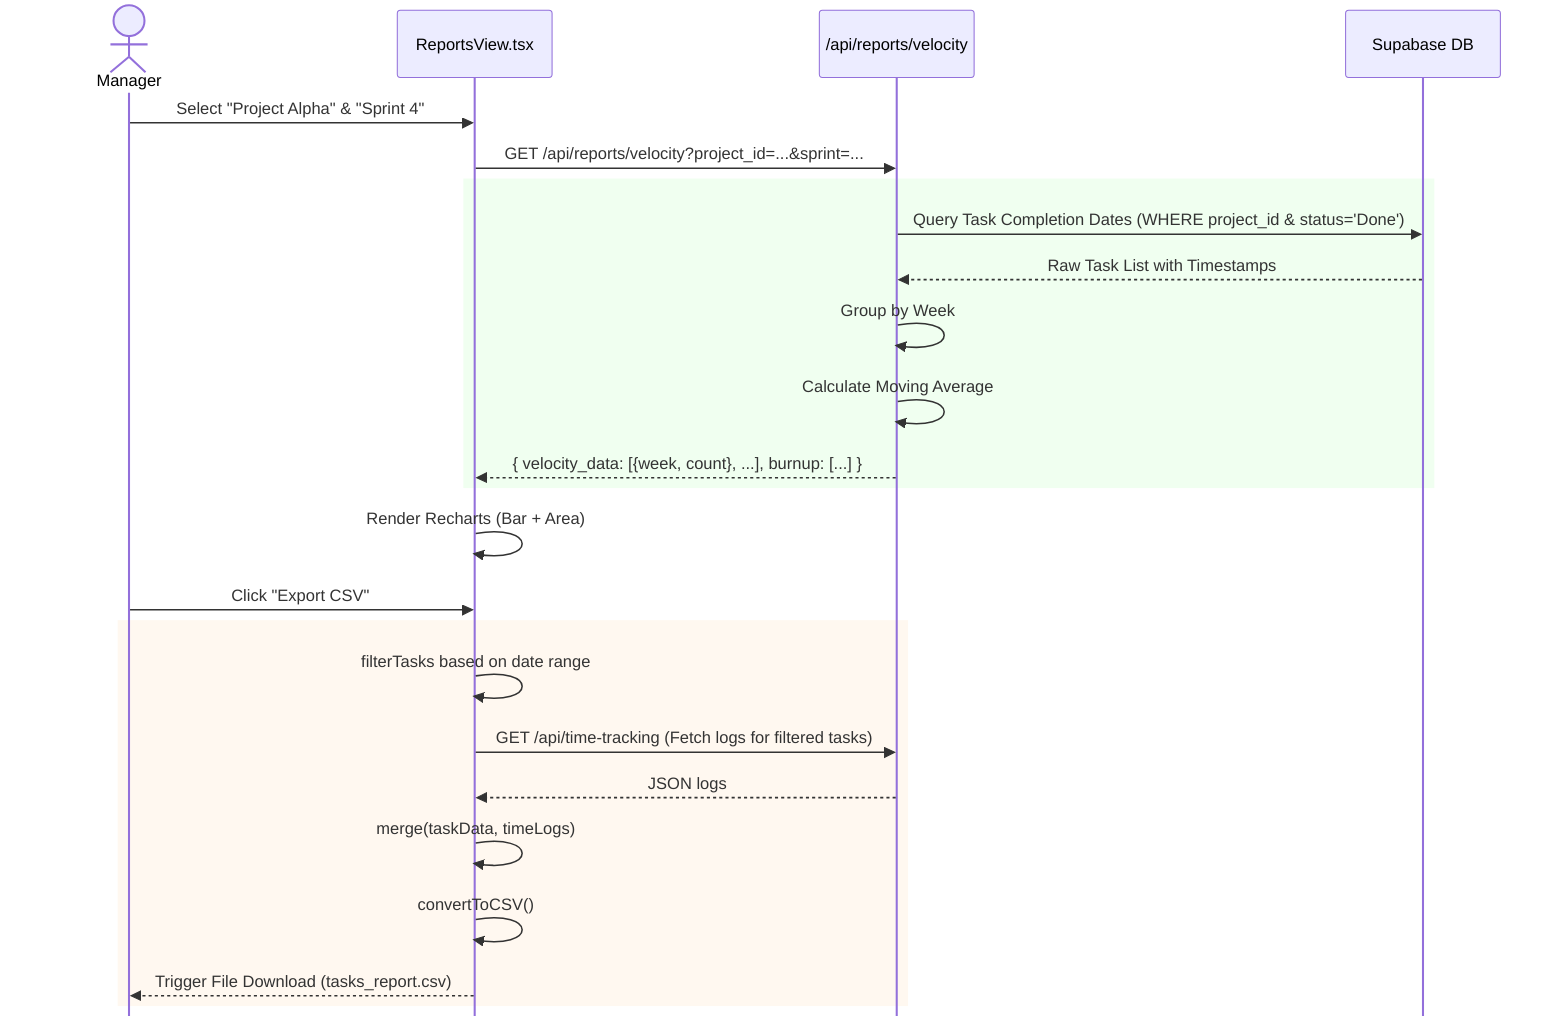
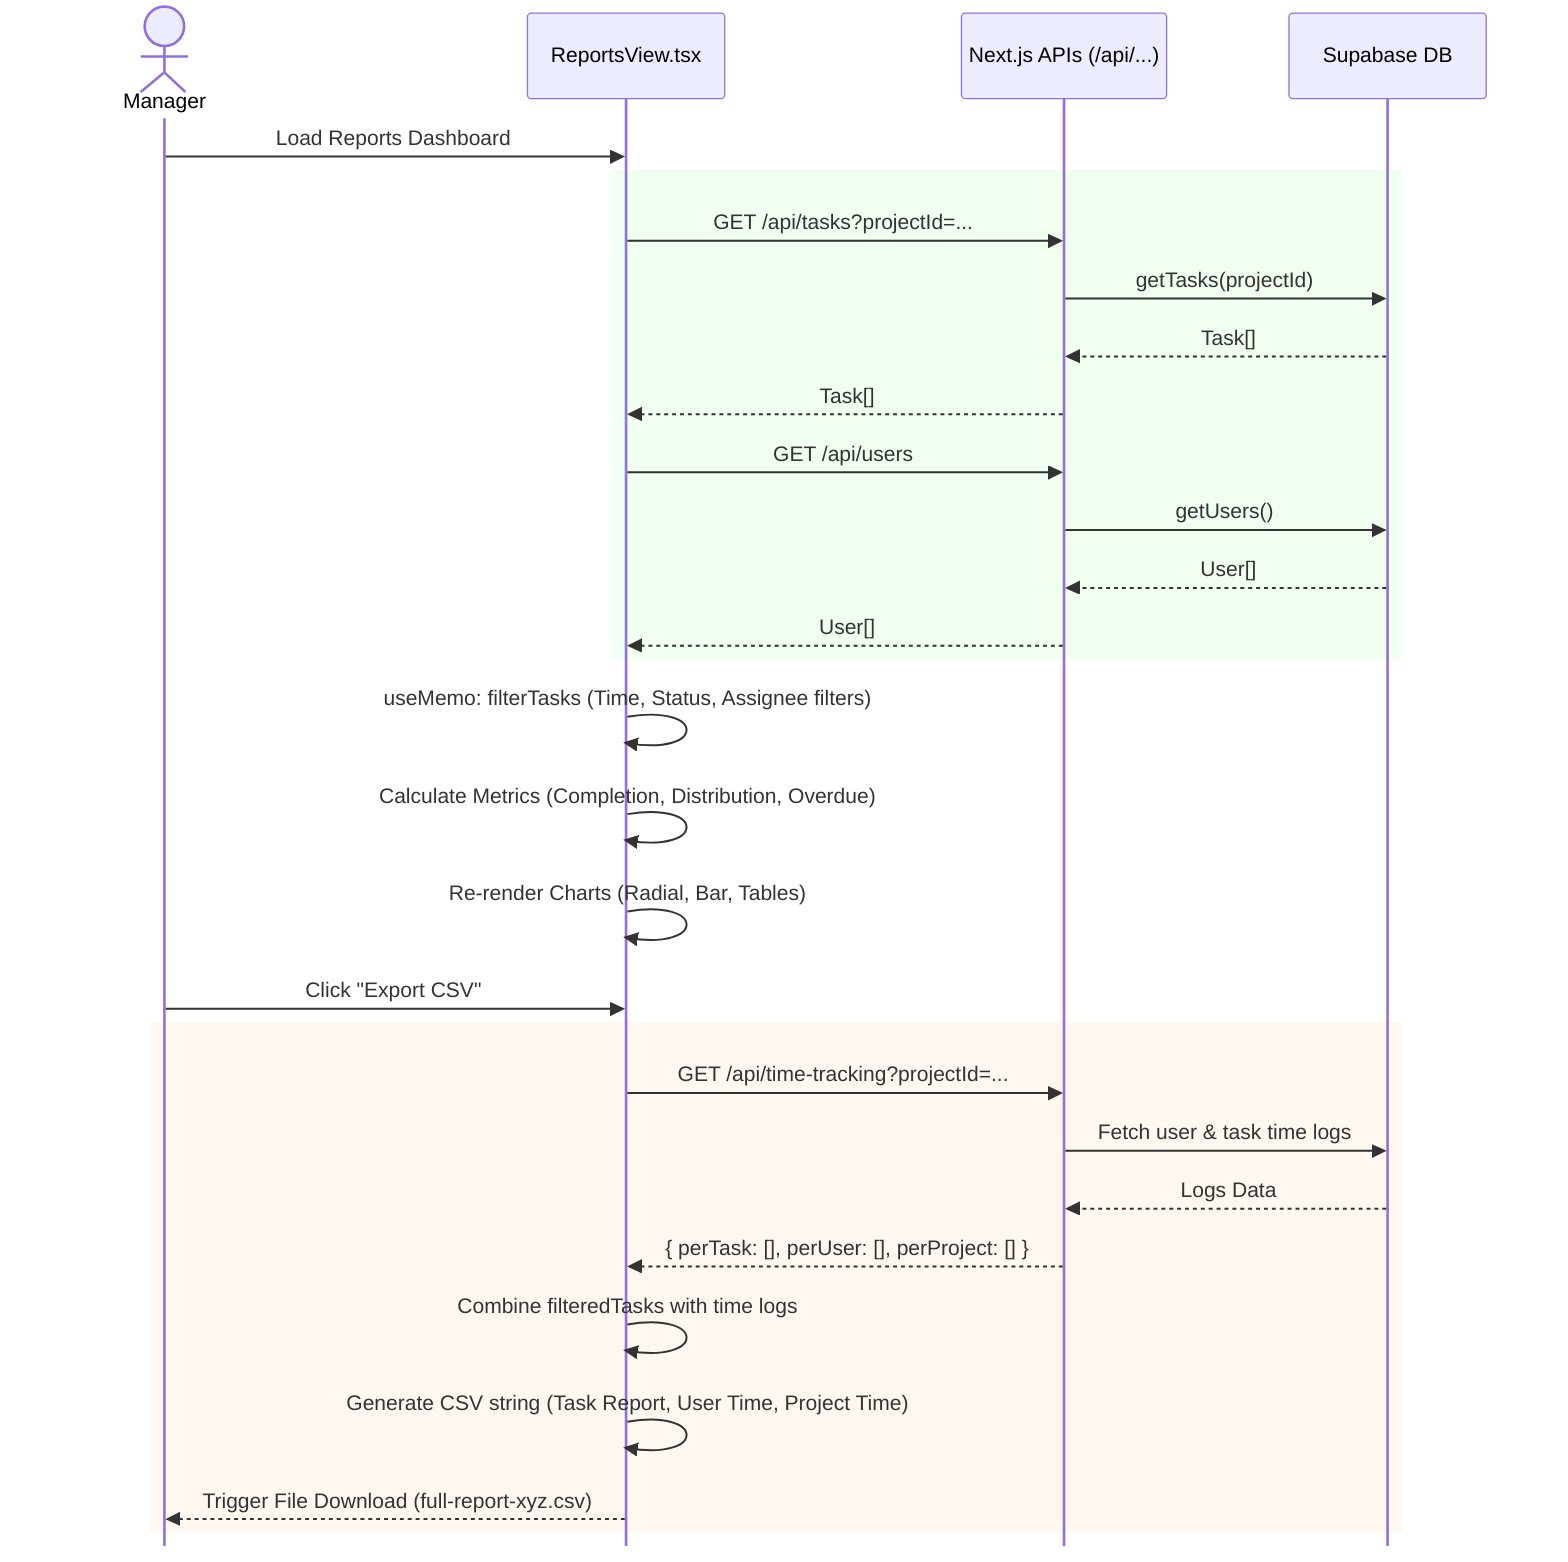
%%{init: {"sequence": {"mirrorActors": false}}}%%
sequenceDiagram
    actor Manager
    participant View as ReportsView.tsx
-     participant API as /api/reports/velocity
+     participant API as Next.js APIs (/api/...)
    participant DB as Supabase DB

-     Manager->>View: Select "Project Alpha" & "Sprint 4"
-     View->>API: GET /api/reports/velocity?project_id=...&sprint=...
+     Manager->>View: Load Reports Dashboard

    rect rgb(240, 255, 240)
-     API->>DB: Query Task Completion Dates (WHERE project_id & status='Done')
-     DB-->>API: Raw Task List with Timestamps
-     API->>API: Group by Week
-     API->>API: Calculate Moving Average
-     API-->>View: { velocity_data: [{week, count}, ...], burnup: [...] }
+     View->>API: GET /api/tasks?projectId=...
+     API->>DB: getTasks(projectId)
+     DB-->>API: Task[]
+     API-->>View: Task[]
+ 
+     View->>API: GET /api/users
+     API->>DB: getUsers()
+     DB-->>API: User[]
+     API-->>View: User[]
    end

-     View->>View: Render Recharts (Bar + Area)
+     View->>View: useMemo: filterTasks (Time, Status, Assignee filters)
+     View->>View: Calculate Metrics (Completion, Distribution, Overdue)
+     View->>View: Re-render Charts (Radial, Bar, Tables)

    Manager->>View: Click "Export CSV"

    rect rgb(255, 248, 240)
-     View->>View: filterTasks based on date range
-     View->>API: GET /api/time-tracking (Fetch logs for filtered tasks)
-     API-->>View: JSON logs
-     View->>View: merge(taskData, timeLogs)
-     View->>View: convertToCSV()
-     View-->>Manager: Trigger File Download (tasks_report.csv)
+     View->>API: GET /api/time-tracking?projectId=...
+     API->>DB: Fetch user & task time logs
+     DB-->>API: Logs Data
+     API-->>View: { perTask: [], perUser: [], perProject: [] }
+ 
+     View->>View: Combine filteredTasks with time logs
+     View->>View: Generate CSV string (Task Report, User Time, Project Time)
+     View-->>Manager: Trigger File Download (full-report-xyz.csv)
    end
